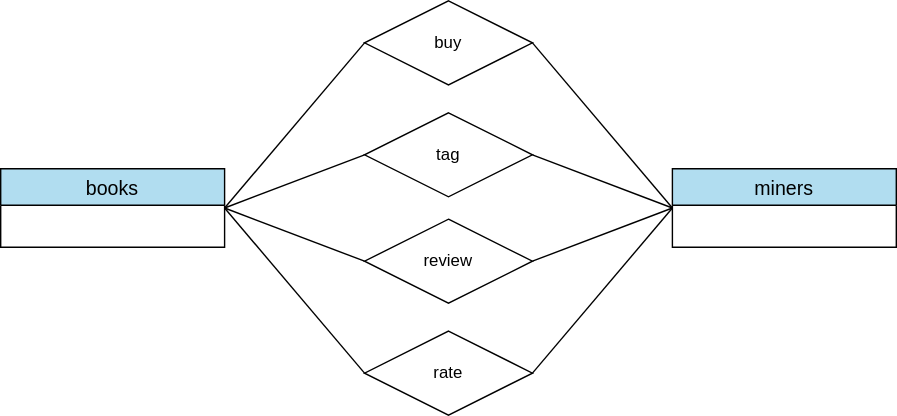
The draw.io diagram docs/img/4r.svg in zcysxy/Salt-Library, before a commit. Source tidied: cells renumbered, new cells last; positions are measured from the earlier drawing's top-left corner, leaving out a move shared by most shapes. Its diagram source:
```xml
<mxGraphModel>
  <root>
    <mxCell id="0" />
    <mxCell id="1" parent="0" />
    <mxCell id="2" value="miners" style="swimlane;fontStyle=0;horizontal=1;startSize=26;align=center;fontSize=14;fillColor=#B1DDF0;fontColor=#000000;strokeColor=#000000;" parent="1" vertex="1">
      <mxGeometry x="480" y="120" width="160" height="56" as="geometry" />
    </mxCell>
    <mxCell id="3" value="books" style="swimlane;fontStyle=0;horizontal=1;startSize=26;align=center;fontSize=14;fillColor=#B1DDF0;fontColor=#000000;strokeColor=#000000;" parent="1" vertex="1">
      <mxGeometry y="120" width="160" height="56" as="geometry" />
    </mxCell>
    <mxCell id="4" style="rounded=0;jettySize=auto;html=1;exitX=0;exitY=0.5;exitDx=0;exitDy=0;entryX=1;entryY=0.5;entryDx=0;entryDy=0;endArrow=none;endFill=0;" parent="1" edge="1" source="6" target="3">
      <mxGeometry relative="1" as="geometry" />
    </mxCell>
    <mxCell id="5" style="edgeStyle=none;rounded=0;jettySize=auto;html=1;exitX=1;exitY=0.5;exitDx=0;exitDy=0;entryX=0;entryY=0.5;entryDx=0;entryDy=0;endArrow=none;endFill=0;" parent="1" edge="1" source="6" target="2">
      <mxGeometry relative="1" as="geometry" />
    </mxCell>
    <mxCell id="6" value="buy" style="shape=rhombus;perimeter=rhombusPerimeter;whiteSpace=wrap;html=1;align=center;" parent="1" vertex="1">
      <mxGeometry x="260" width="120" height="60" as="geometry" />
    </mxCell>
    <mxCell id="7" style="rounded=0;jettySize=auto;html=1;exitX=0;exitY=0.5;exitDx=0;exitDy=0;entryX=1;entryY=0.5;entryDx=0;entryDy=0;endArrow=none;endFill=0;" parent="1" edge="1" source="9" target="3">
      <mxGeometry relative="1" as="geometry" />
    </mxCell>
    <mxCell id="8" style="edgeStyle=none;rounded=0;jettySize=auto;html=1;exitX=1;exitY=0.5;exitDx=0;exitDy=0;entryX=0;entryY=0.5;entryDx=0;entryDy=0;endArrow=none;endFill=0;" parent="1" edge="1" source="9" target="2">
      <mxGeometry relative="1" as="geometry" />
    </mxCell>
    <mxCell id="9" value="tag" style="shape=rhombus;perimeter=rhombusPerimeter;whiteSpace=wrap;html=1;align=center;" parent="1" vertex="1">
      <mxGeometry x="260" y="80" width="120" height="60" as="geometry" />
    </mxCell>
    <mxCell id="10" style="rounded=0;jettySize=auto;html=1;exitX=0;exitY=0.5;exitDx=0;exitDy=0;endArrow=none;endFill=0;entryX=1;entryY=0.5;entryDx=0;entryDy=0;" parent="1" edge="1" source="12" target="3">
      <mxGeometry relative="1" as="geometry" />
    </mxCell>
    <mxCell id="11" style="edgeStyle=none;rounded=0;jettySize=auto;html=1;exitX=1;exitY=0.5;exitDx=0;exitDy=0;entryX=0;entryY=0.5;entryDx=0;entryDy=0;endArrow=none;endFill=0;" parent="1" edge="1" source="12" target="2">
      <mxGeometry relative="1" as="geometry" />
    </mxCell>
    <mxCell id="12" value="review" style="shape=rhombus;perimeter=rhombusPerimeter;whiteSpace=wrap;html=1;align=center;" parent="1" vertex="1">
      <mxGeometry x="260" y="156" width="120" height="60" as="geometry" />
    </mxCell>
    <mxCell id="13" style="rounded=0;jettySize=auto;html=1;exitX=0;exitY=0.5;exitDx=0;exitDy=0;endArrow=none;endFill=0;entryX=1;entryY=0.5;entryDx=0;entryDy=0;" parent="1" edge="1" source="15" target="3">
      <mxGeometry relative="1" as="geometry" />
    </mxCell>
    <mxCell id="14" style="edgeStyle=none;rounded=0;jettySize=auto;html=1;exitX=1;exitY=0.5;exitDx=0;exitDy=0;entryX=0;entryY=0.5;entryDx=0;entryDy=0;endArrow=none;endFill=0;" parent="1" edge="1" source="15" target="2">
      <mxGeometry relative="1" as="geometry" />
    </mxCell>
    <mxCell id="15" value="rate" style="shape=rhombus;perimeter=rhombusPerimeter;whiteSpace=wrap;html=1;align=center;" parent="1" vertex="1">
      <mxGeometry x="260" y="236" width="120" height="60" as="geometry" />
    </mxCell>
  </root>
</mxGraphModel>
```
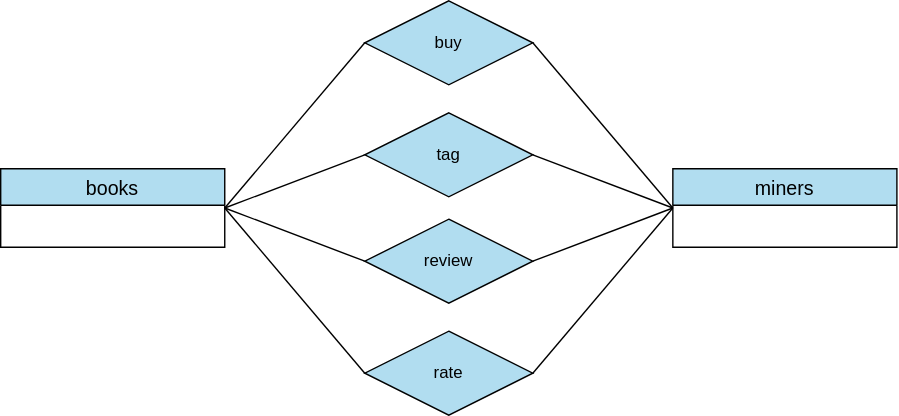
Above is the later version.

The edit, as a diff of the source:
```diff
@@ -2,46 +2,46 @@
   <root>
     <mxCell id="0" />
     <mxCell id="1" parent="0" />
-    <mxCell id="2" value="miners" style="swimlane;fontStyle=0;horizontal=1;startSize=26;align=center;fontSize=14;fillColor=#B1DDF0;fontColor=#000000;strokeColor=#000000;" parent="1" vertex="1">
+    <mxCell id="2" value="miners" style="swimlane;fontStyle=0;horizontal=1;startSize=26;align=center;fontSize=14;fillColor=#B1DDF0;strokeColor=#000000;fontColor=#000000;" parent="1" vertex="1">
       <mxGeometry x="480" y="120" width="160" height="56" as="geometry" />
     </mxCell>
-    <mxCell id="3" value="books" style="swimlane;fontStyle=0;horizontal=1;startSize=26;align=center;fontSize=14;fillColor=#B1DDF0;fontColor=#000000;strokeColor=#000000;" parent="1" vertex="1">
+    <mxCell id="3" value="books" style="swimlane;fontStyle=0;horizontal=1;startSize=26;align=center;fontSize=14;fillColor=#B1DDF0;strokeColor=#000000;fontColor=#000000;" parent="1" vertex="1">
       <mxGeometry y="120" width="160" height="56" as="geometry" />
     </mxCell>
-    <mxCell id="4" style="rounded=0;jettySize=auto;html=1;exitX=0;exitY=0.5;exitDx=0;exitDy=0;entryX=1;entryY=0.5;entryDx=0;entryDy=0;endArrow=none;endFill=0;" parent="1" edge="1" source="6" target="3">
+    <mxCell id="4" style="rounded=0;jettySize=auto;html=1;exitX=0;exitY=0.5;exitDx=0;exitDy=0;entryX=1;entryY=0.5;entryDx=0;entryDy=0;endArrow=none;endFill=0;strokeColor=#000000;fontColor=#000000;" parent="1" edge="1" source="6" target="3">
       <mxGeometry relative="1" as="geometry" />
     </mxCell>
-    <mxCell id="5" style="edgeStyle=none;rounded=0;jettySize=auto;html=1;exitX=1;exitY=0.5;exitDx=0;exitDy=0;entryX=0;entryY=0.5;entryDx=0;entryDy=0;endArrow=none;endFill=0;" parent="1" edge="1" source="6" target="2">
+    <mxCell id="5" style="edgeStyle=none;rounded=0;jettySize=auto;html=1;exitX=1;exitY=0.5;exitDx=0;exitDy=0;entryX=0;entryY=0.5;entryDx=0;entryDy=0;endArrow=none;endFill=0;strokeColor=#000000;fontColor=#000000;" parent="1" edge="1" source="6" target="2">
       <mxGeometry relative="1" as="geometry" />
     </mxCell>
-    <mxCell id="6" value="buy" style="shape=rhombus;perimeter=rhombusPerimeter;whiteSpace=wrap;html=1;align=center;" parent="1" vertex="1">
+    <mxCell id="6" value="buy" style="shape=rhombus;perimeter=rhombusPerimeter;whiteSpace=wrap;html=1;align=center;strokeColor=#000000;fontColor=#000000;fillColor=#B1DDF0;" parent="1" vertex="1">
       <mxGeometry x="260" width="120" height="60" as="geometry" />
     </mxCell>
-    <mxCell id="7" style="rounded=0;jettySize=auto;html=1;exitX=0;exitY=0.5;exitDx=0;exitDy=0;entryX=1;entryY=0.5;entryDx=0;entryDy=0;endArrow=none;endFill=0;" parent="1" edge="1" source="9" target="3">
+    <mxCell id="7" style="rounded=0;jettySize=auto;html=1;exitX=0;exitY=0.5;exitDx=0;exitDy=0;entryX=1;entryY=0.5;entryDx=0;entryDy=0;endArrow=none;endFill=0;strokeColor=#000000;fontColor=#000000;" parent="1" edge="1" source="9" target="3">
       <mxGeometry relative="1" as="geometry" />
     </mxCell>
-    <mxCell id="8" style="edgeStyle=none;rounded=0;jettySize=auto;html=1;exitX=1;exitY=0.5;exitDx=0;exitDy=0;entryX=0;entryY=0.5;entryDx=0;entryDy=0;endArrow=none;endFill=0;" parent="1" edge="1" source="9" target="2">
+    <mxCell id="8" style="edgeStyle=none;rounded=0;jettySize=auto;html=1;exitX=1;exitY=0.5;exitDx=0;exitDy=0;entryX=0;entryY=0.5;entryDx=0;entryDy=0;endArrow=none;endFill=0;strokeColor=#000000;fontColor=#000000;" parent="1" edge="1" source="9" target="2">
       <mxGeometry relative="1" as="geometry" />
     </mxCell>
-    <mxCell id="9" value="tag" style="shape=rhombus;perimeter=rhombusPerimeter;whiteSpace=wrap;html=1;align=center;" parent="1" vertex="1">
+    <mxCell id="9" value="tag" style="shape=rhombus;perimeter=rhombusPerimeter;whiteSpace=wrap;html=1;align=center;strokeColor=#000000;fontColor=#000000;fillColor=#B1DDF0;" parent="1" vertex="1">
       <mxGeometry x="260" y="80" width="120" height="60" as="geometry" />
     </mxCell>
-    <mxCell id="10" style="rounded=0;jettySize=auto;html=1;exitX=0;exitY=0.5;exitDx=0;exitDy=0;endArrow=none;endFill=0;entryX=1;entryY=0.5;entryDx=0;entryDy=0;" parent="1" edge="1" source="12" target="3">
+    <mxCell id="10" style="rounded=0;jettySize=auto;html=1;exitX=0;exitY=0.5;exitDx=0;exitDy=0;endArrow=none;endFill=0;entryX=1;entryY=0.5;entryDx=0;entryDy=0;strokeColor=#000000;fontColor=#000000;" parent="1" edge="1" source="12" target="3">
       <mxGeometry relative="1" as="geometry" />
     </mxCell>
-    <mxCell id="11" style="edgeStyle=none;rounded=0;jettySize=auto;html=1;exitX=1;exitY=0.5;exitDx=0;exitDy=0;entryX=0;entryY=0.5;entryDx=0;entryDy=0;endArrow=none;endFill=0;" parent="1" edge="1" source="12" target="2">
+    <mxCell id="11" style="edgeStyle=none;rounded=0;jettySize=auto;html=1;exitX=1;exitY=0.5;exitDx=0;exitDy=0;entryX=0;entryY=0.5;entryDx=0;entryDy=0;endArrow=none;endFill=0;strokeColor=#000000;fontColor=#000000;" parent="1" edge="1" source="12" target="2">
       <mxGeometry relative="1" as="geometry" />
     </mxCell>
-    <mxCell id="12" value="review" style="shape=rhombus;perimeter=rhombusPerimeter;whiteSpace=wrap;html=1;align=center;" parent="1" vertex="1">
+    <mxCell id="12" value="review" style="shape=rhombus;perimeter=rhombusPerimeter;whiteSpace=wrap;html=1;align=center;strokeColor=#000000;fontColor=#000000;fillColor=#B1DDF0;" parent="1" vertex="1">
       <mxGeometry x="260" y="156" width="120" height="60" as="geometry" />
     </mxCell>
-    <mxCell id="13" style="rounded=0;jettySize=auto;html=1;exitX=0;exitY=0.5;exitDx=0;exitDy=0;endArrow=none;endFill=0;entryX=1;entryY=0.5;entryDx=0;entryDy=0;" parent="1" edge="1" source="15" target="3">
+    <mxCell id="13" style="rounded=0;jettySize=auto;html=1;exitX=0;exitY=0.5;exitDx=0;exitDy=0;endArrow=none;endFill=0;entryX=1;entryY=0.5;entryDx=0;entryDy=0;strokeColor=#000000;fontColor=#000000;" parent="1" edge="1" source="15" target="3">
       <mxGeometry relative="1" as="geometry" />
     </mxCell>
-    <mxCell id="14" style="edgeStyle=none;rounded=0;jettySize=auto;html=1;exitX=1;exitY=0.5;exitDx=0;exitDy=0;entryX=0;entryY=0.5;entryDx=0;entryDy=0;endArrow=none;endFill=0;" parent="1" edge="1" source="15" target="2">
+    <mxCell id="14" style="edgeStyle=none;rounded=0;jettySize=auto;html=1;exitX=1;exitY=0.5;exitDx=0;exitDy=0;entryX=0;entryY=0.5;entryDx=0;entryDy=0;endArrow=none;endFill=0;strokeColor=#000000;fontColor=#000000;" parent="1" edge="1" source="15" target="2">
       <mxGeometry relative="1" as="geometry" />
     </mxCell>
-    <mxCell id="15" value="rate" style="shape=rhombus;perimeter=rhombusPerimeter;whiteSpace=wrap;html=1;align=center;" parent="1" vertex="1">
+    <mxCell id="15" value="rate" style="shape=rhombus;perimeter=rhombusPerimeter;whiteSpace=wrap;html=1;align=center;strokeColor=#000000;fontColor=#000000;fillColor=#B1DDF0;" parent="1" vertex="1">
       <mxGeometry x="260" y="236" width="120" height="60" as="geometry" />
     </mxCell>
   </root>
```
